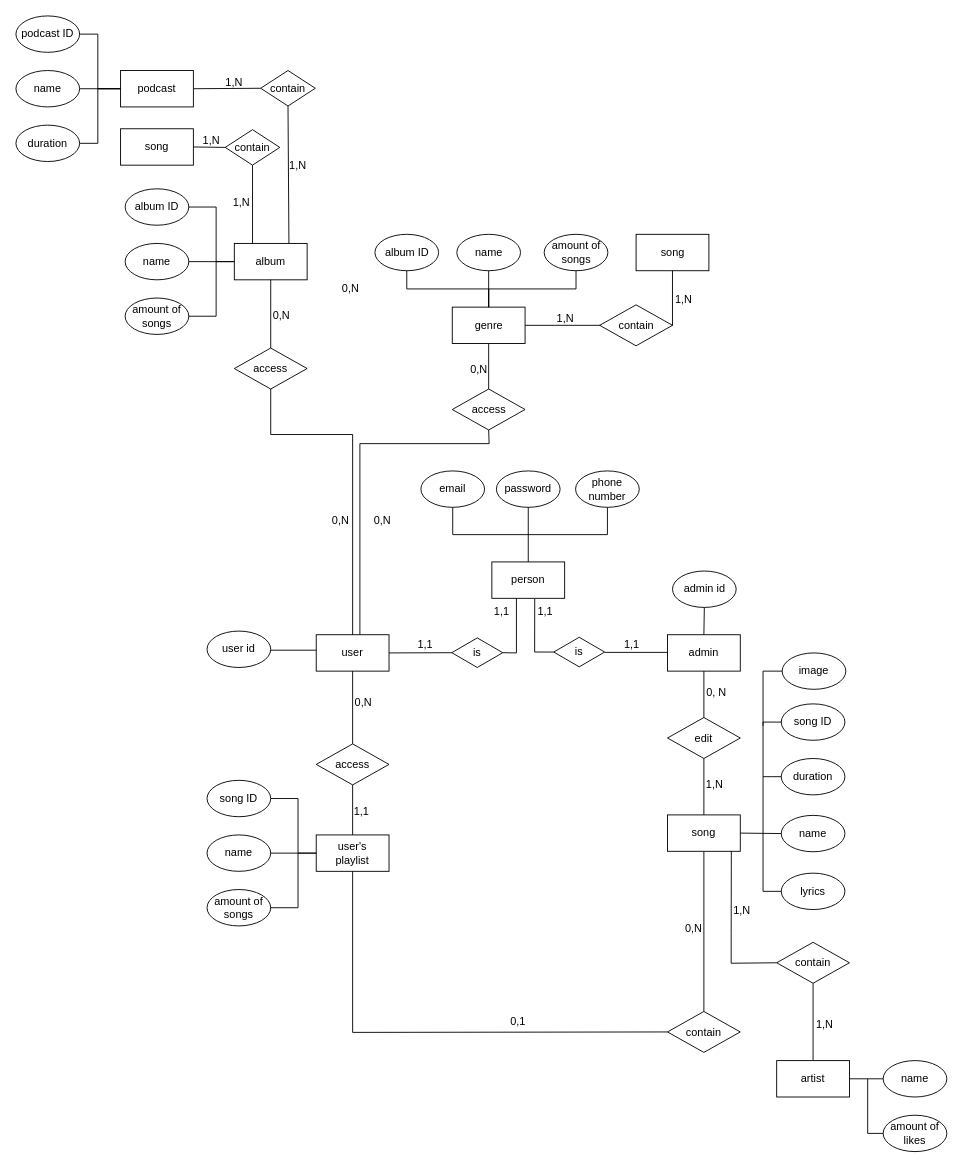
Before: Доделанная КМПО БД.drawio in marsek4/database, a draw.io diagram. Source tidied: cells renumbered, new cells numbered last; positions are measured from the earlier drawing's top-left corner, leaving out a move shared by most shapes. Both pictures are drawn from the tidied source at 91%, with x=0, y=0 at pixel (15, 15).
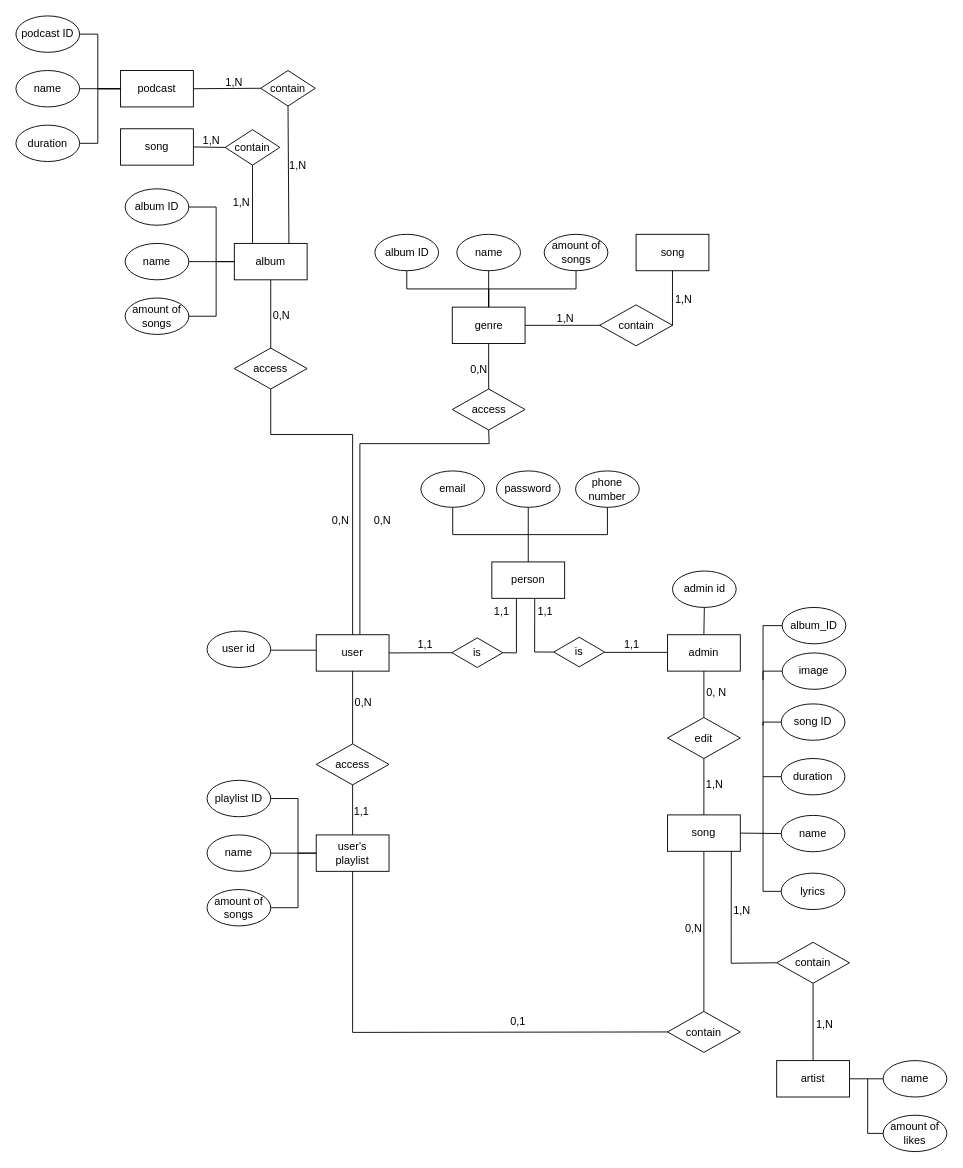
After the change.

Diff of the diagram source:
```diff
@@
-    <mxCell id="30" value="song ID" style="ellipse;whiteSpace=wrap;html=1;" parent="1" vertex="1">
+    <mxCell id="30" value="playlist ID" style="ellipse;whiteSpace=wrap;html=1;" parent="1" vertex="1">
       <mxGeometry x="210" y="840" width="70" height="40" as="geometry" />
     </mxCell>
@@
-    <mxCell id="63" value="0,N" style="text;html=1;strokeColor=none;fillColor=none;align=center;verticalAlign=middle;whiteSpace=wrap;rounded=0;" parent="1" vertex="1">
-      <mxGeometry x="338" y="285" width="60" height="30" as="geometry" />
-    </mxCell>
@@
+    <mxCell id="115" value="album_ID" style="ellipse;whiteSpace=wrap;html=1;" parent="1" vertex="1">
+      <mxGeometry x="842" y="650" width="70" height="40" as="geometry" />
+    </mxCell>
+    <mxCell id="116" style="endArrow=none;html=1;rounded=0;entryX=0;entryY=0.5;entryDx=0;entryDy=0;" parent="1" edge="1" target="115">
+      <mxGeometry relative="1" as="geometry">
+        <mxPoint x="821" y="730" as="sourcePoint" />
+        <Array as="points">
+          <mxPoint x="821" y="670" />
+        </Array>
+      </mxGeometry>
+    </mxCell>
```
